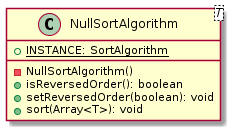
This is malokhvii-eduard/malokhvii05/doc/plantuml/png/ua.khpi.oop.malokhvii05.common.algorithms.sort.NullSortAlgorithm.png from P-Kalin/kit26a, a PlantUML export, as it was before one commit.
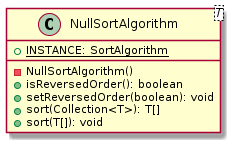
After the commit.

What changed in the source:
```diff
@@ -5,7 +5,8 @@
         -NullSortAlgorithm()
         +isReversedOrder(): boolean
         +setReversedOrder(boolean): void
-        +sort(Array<T>): void
+        +sort(Collection<T>): T[]
+        +sort(T[]): void
     }
 
 @enduml
```
